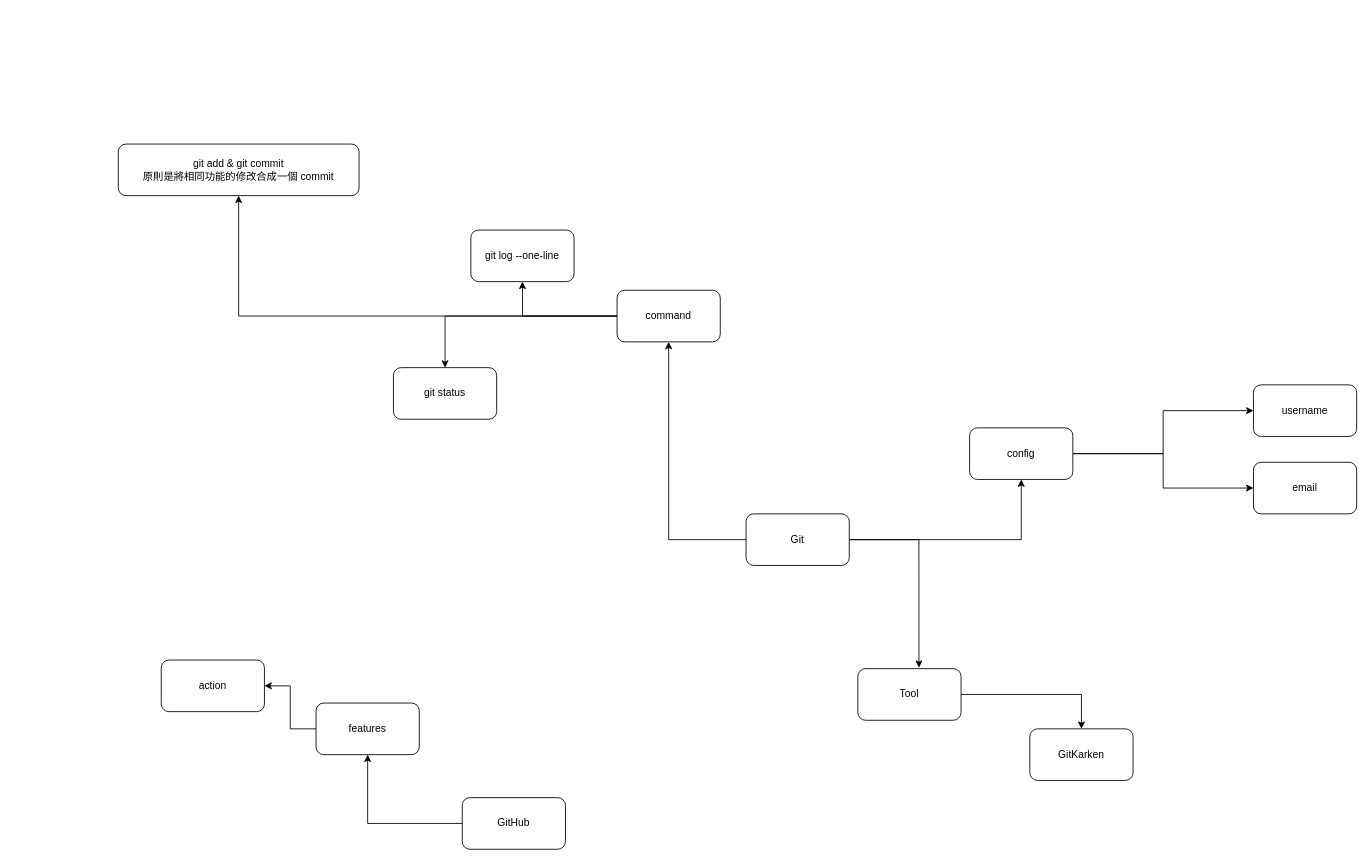
The draw.io diagram master_git.drawio in Mini-Pingu/7950x_git, before the edit. Source tidied: cells renumbered, new cells numbered last; positions are measured from the earlier drawing's top-left corner, leaving out a move shared by most shapes. Both pictures are drawn from the tidied source at 86%, with x=0, y=0 at pixel (118, 144).
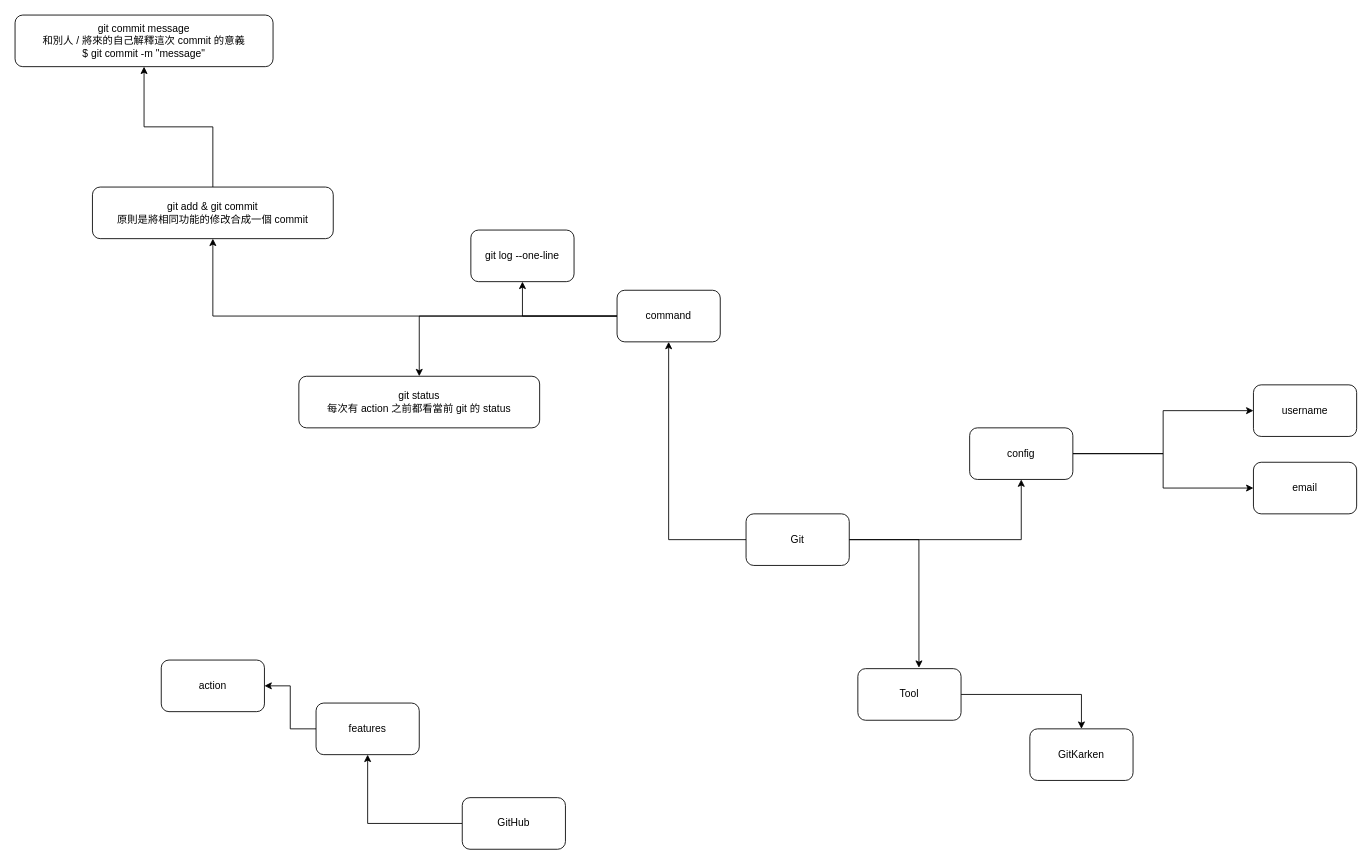
The same diagram, later.

Diff of the diagram source:
```diff
@@
-    <mxCell id="24" value="git status" style="rounded=1;whiteSpace=wrap;html=1;" parent="1" vertex="1">
-      <mxGeometry x="320" y="260" width="120" height="60" as="geometry" />
+    <mxCell id="24" value="git status&lt;br&gt;每次有 action 之前都看當前 git 的 status" style="rounded=1;whiteSpace=wrap;html=1;" parent="1" vertex="1">
+      <mxGeometry x="210" y="270" width="280" height="60" as="geometry" />
     </mxCell>
+    <mxCell id="26" style="edgeStyle=orthogonalEdgeStyle;rounded=0;jettySize=auto;html=1;" parent="1" edge="1" source="25" target="27">
+      <mxGeometry relative="1" as="geometry" />
+    </mxCell>
     <mxCell id="25" value="git add &amp;amp; git commit&lt;br&gt;原則是將相同功能的修改合成一個 commit" style="rounded=1;whiteSpace=wrap;html=1;" parent="1" vertex="1">
-      <mxGeometry width="280" height="60" as="geometry" />
+      <mxGeometry x="-30" y="50" width="280" height="60" as="geometry" />
     </mxCell>
+    <mxCell id="27" value="git commit message&lt;br&gt;和別人 / 將來的自己解釋這次 commit 的意義&lt;br&gt;$ git commit -m &quot;message&quot;" style="rounded=1;whiteSpace=wrap;html=1;" parent="1" vertex="1">
+      <mxGeometry x="-120" y="-150" width="300" height="60" as="geometry" />
+    </mxCell>
```
